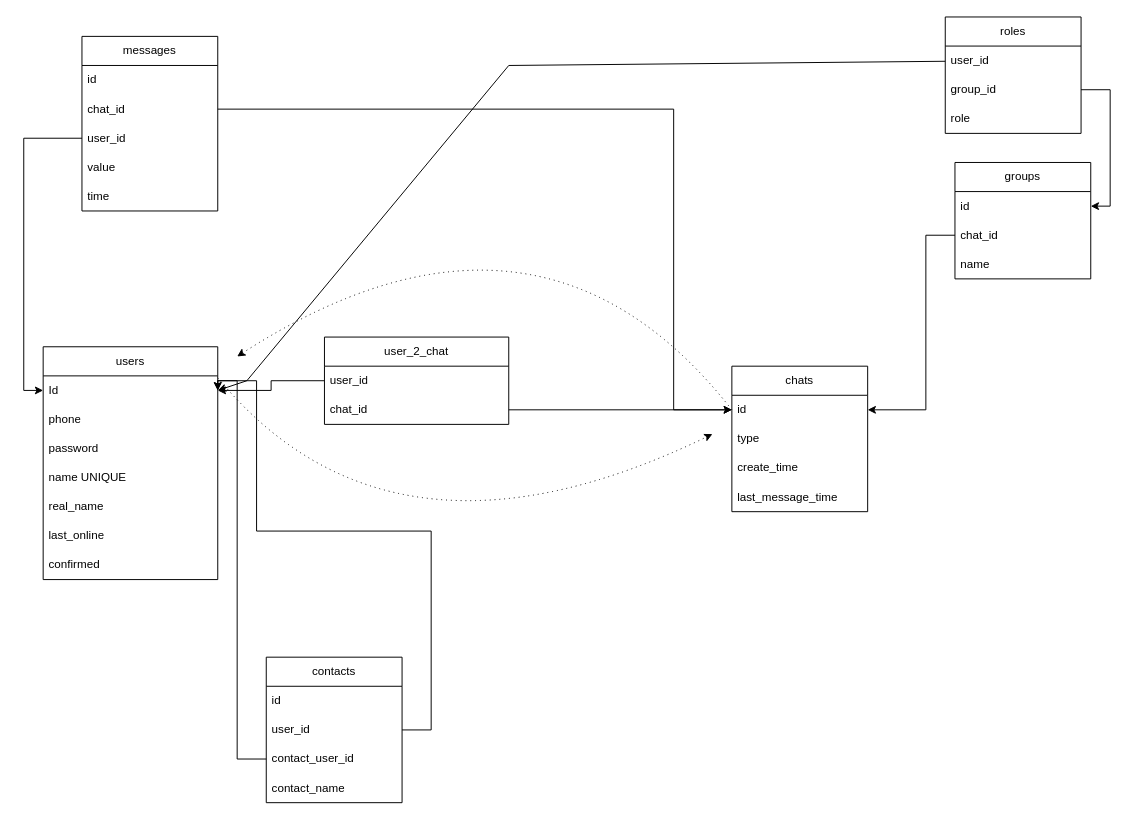
Above: page "Страница — 1" (1 of 2) of db.drawio in Kuzmin-Aleksey/messenger (draw.io), before the change. Source tidied: cells renumbered, new cells numbered last; positions are measured from the earlier drawing's top-left corner, leaving out a move shared by most shapes. Both pictures are drawn from the tidied source at 97%, with x=0, y=0 at pixel (43, 16).
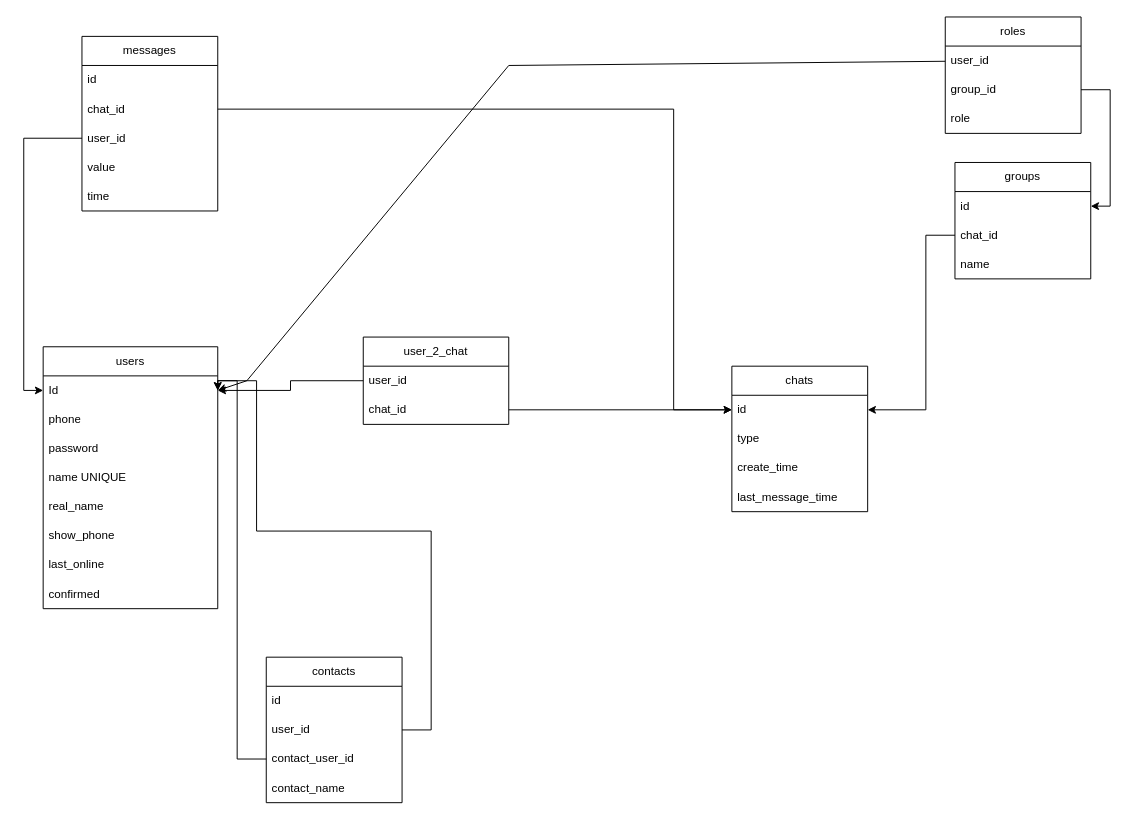
The same page after the edit.

Unchanged cells that the change refers to:
```xml
<mxCell id="21" value="id" style="text;strokeColor=none;fillColor=none;align=left;verticalAlign=middle;spacingLeft=4;spacingRight=4;overflow=hidden;points=[[0,0.5],[1,0.5]];portConstraint=eastwest;whiteSpace=wrap;html=1;" parent="20" vertex="1">
  <mxGeometry y="30" width="140" height="30" as="geometry" />
</mxCell>
```

What changed in the source:
```diff
@@
     <mxCell id="2" value="users" style="swimlane;fontStyle=0;horizontal=1;startSize=30;whiteSpace=wrap;html=1;" parent="1" vertex="1">
-      <mxGeometry y="340" width="180" height="240" as="geometry" />
+      <mxGeometry y="340" width="180" height="270" as="geometry" />
     </mxCell>
@@
+    <mxCell id="48" value="show_phone" style="text;strokeColor=none;fillColor=none;align=left;verticalAlign=middle;spacingLeft=4;spacingRight=4;overflow=hidden;whiteSpace=wrap;html=1;" parent="2" vertex="1">
+      <mxGeometry y="180" width="180" height="30" as="geometry" />
+    </mxCell>
     <mxCell id="8" value="last_online" style="text;strokeColor=none;fillColor=none;align=left;verticalAlign=middle;spacingLeft=4;spacingRight=4;overflow=hidden;whiteSpace=wrap;html=1;" parent="2" vertex="1">
-      <mxGeometry y="180" width="180" height="30" as="geometry" />
+      <mxGeometry y="210" width="180" height="30" as="geometry" />
     </mxCell>
     <mxCell id="9" value="confirmed" style="text;strokeColor=none;fillColor=none;align=left;verticalAlign=middle;spacingLeft=4;spacingRight=4;overflow=hidden;whiteSpace=wrap;html=1;" parent="2" vertex="1">
-      <mxGeometry y="210" width="180" height="30" as="geometry" />
+      <mxGeometry y="240" width="180" height="30" as="geometry" />
     </mxCell>
@@
     <mxCell id="16" value="user_2_chat" style="swimlane;fontStyle=0;horizontal=1;startSize=30;whiteSpace=wrap;html=1;" parent="1" vertex="1">
-      <mxGeometry x="290" y="330" width="190" height="90" as="geometry" />
+      <mxGeometry x="330" y="330" width="150" height="90" as="geometry" />
     </mxCell>
     <mxCell id="17" value="user_id" style="text;strokeColor=none;fillColor=none;align=left;verticalAlign=middle;spacingLeft=4;spacingRight=4;overflow=hidden;points=[[0,0.5],[1,0.5]];portConstraint=eastwest;whiteSpace=wrap;html=1;" parent="16" vertex="1">
-      <mxGeometry y="30" width="190" height="30" as="geometry" />
+      <mxGeometry y="30" width="150" height="30" as="geometry" />
     </mxCell>
     <mxCell id="18" value="chat_id" style="text;strokeColor=none;fillColor=none;align=left;verticalAlign=middle;spacingLeft=4;spacingRight=4;overflow=hidden;points=[[0,0.5],[1,0.5]];portConstraint=eastwest;whiteSpace=wrap;html=1;" parent="16" vertex="1">
-      <mxGeometry y="60" width="190" height="30" as="geometry" />
+      <mxGeometry y="60" width="150" height="30" as="geometry" />
     </mxCell>
@@
-    <mxCell id="45" style="curved=1;endArrow=classic;html=1;rounded=0;exitX=0.978;exitY=0.733;exitDx=0;exitDy=0;exitPerimeter=0;dashed=1;dashPattern=1 4;" parent="1" edge="1">
-      <mxGeometry relative="1" as="geometry">
-        <mxPoint x="180" y="372" as="sourcePoint" />
-        <mxPoint x="690" y="430" as="targetPoint" />
-        <Array as="points">
-          <mxPoint x="360" y="590" />
-        </Array>
-      </mxGeometry>
-    </mxCell>
-    <mxCell id="46" style="curved=1;endArrow=classic;html=1;rounded=0;exitX=0;exitY=0.5;exitDx=0;exitDy=0;dashed=1;dashPattern=1 4;" parent="1" edge="1" source="21">
-      <mxGeometry relative="1" as="geometry">
-        <mxPoint x="200" y="350" as="targetPoint" />
-        <Array as="points">
-          <mxPoint x="510" y="150" />
-        </Array>
-      </mxGeometry>
-    </mxCell>
```
